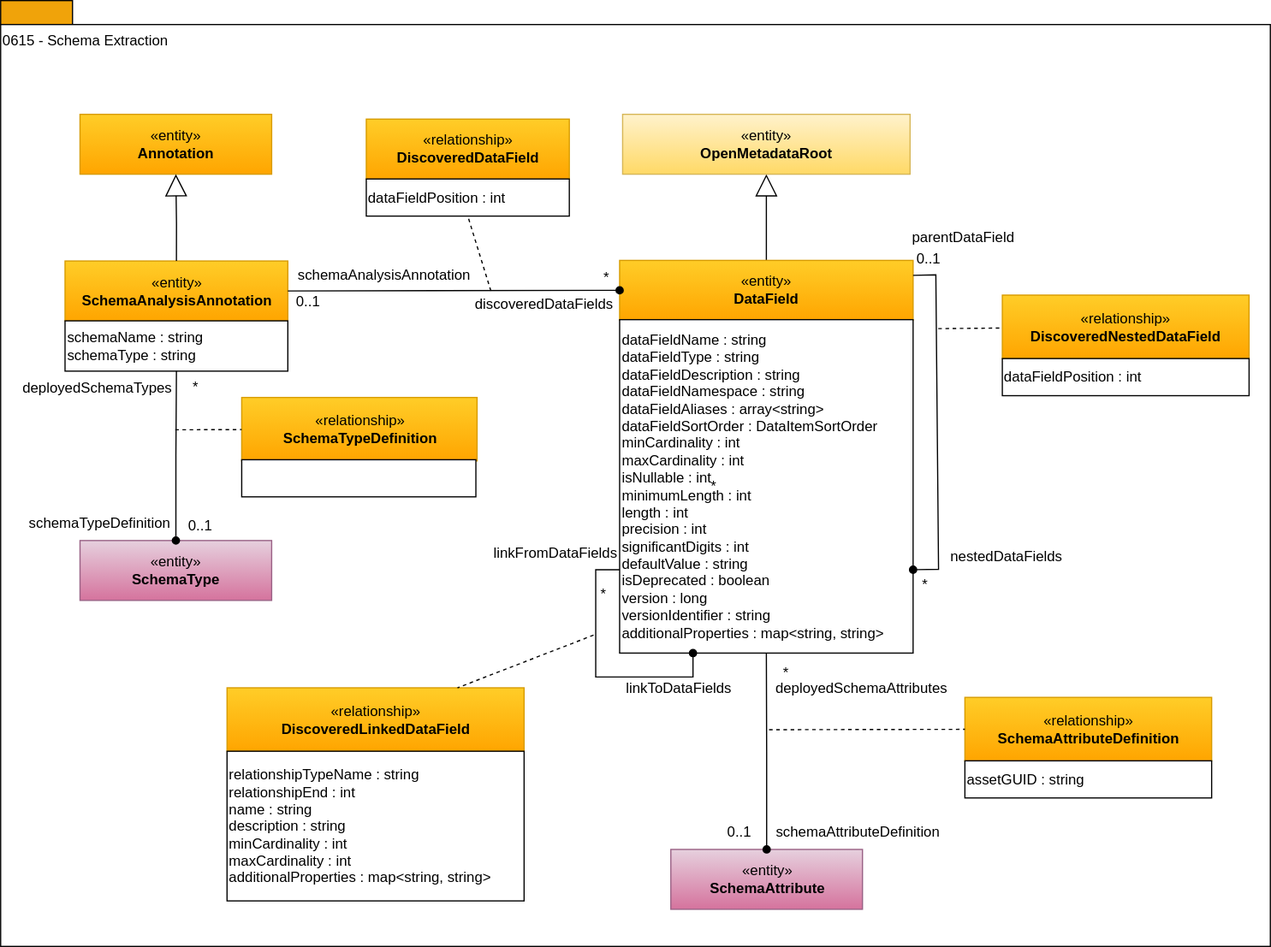
odpi/egeria-docs keeps this draw.io diagram as site/docs/types/6/0615-Schema-Extraction.svg. Above is the earlier version. Source tidied: cells renumbered, new cells last; positions are measured from the earlier drawing's top-left corner, leaving out a move shared by most shapes.
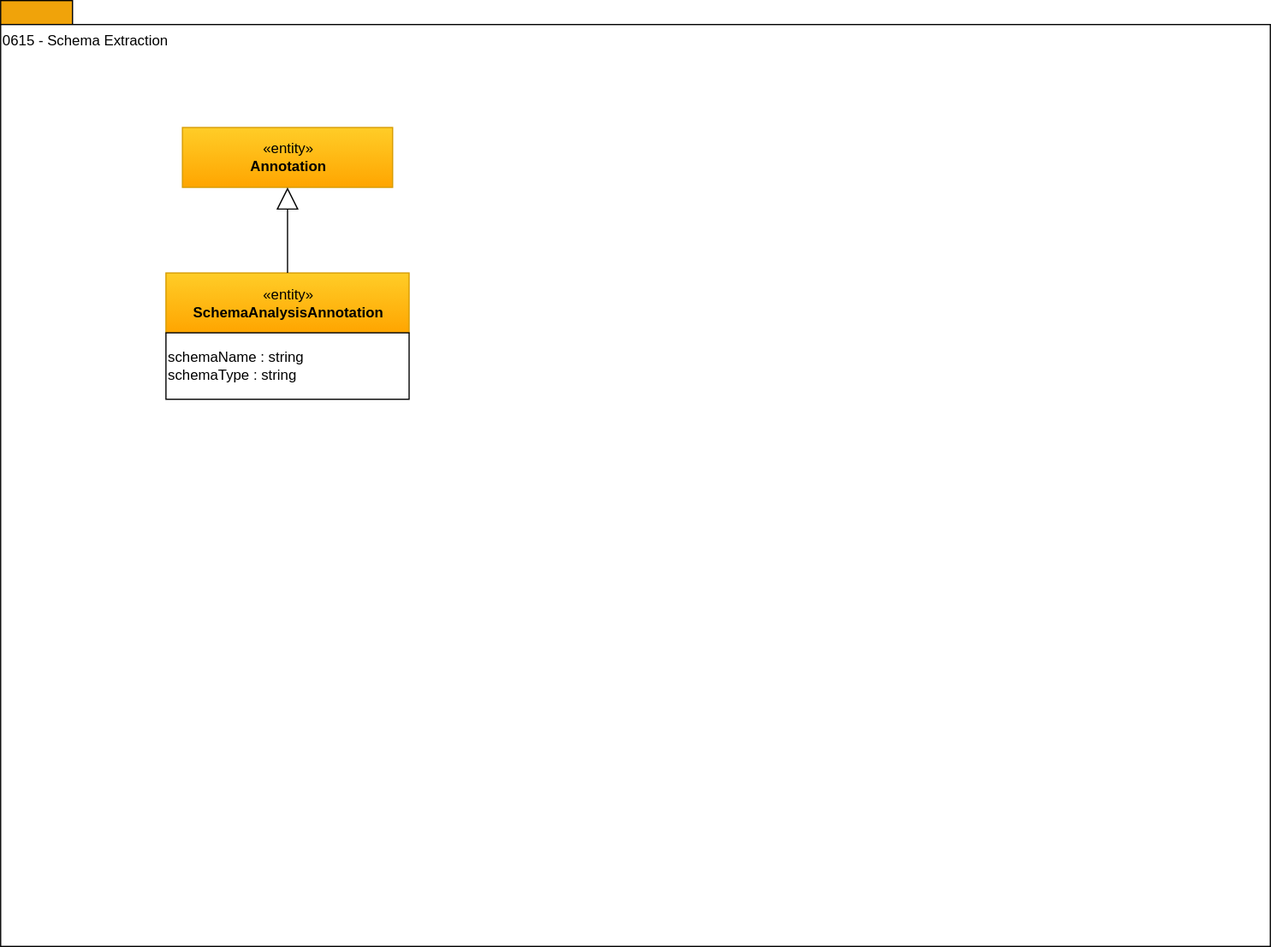
After the commit.

The edit, as a diff of the source:
```diff
@@ -9,169 +9,16 @@
       <mxGeometry y="20" width="1060" height="770" as="geometry" />
     </mxCell>
     <mxCell id="4" value="«entity»&lt;br&gt;&lt;b&gt;SchemaAnalysisAnnotation&lt;/b&gt;" style="html=1;strokeColor=#d79b00;align=center;fillColor=#ffcd28;gradientColor=#ffa500;" parent="1" vertex="1">
-      <mxGeometry x="53.8" y="217.5" width="186" height="50" as="geometry" />
+      <mxGeometry x="138" y="227.5" width="203" height="50" as="geometry" />
     </mxCell>
     <mxCell id="5" value="schemaName : string&lt;br&gt;schemaType : string&lt;br&gt;" style="rounded=0;whiteSpace=wrap;html=1;strokeColor=#000000;gradientColor=#ffffff;align=left;" parent="1" vertex="1">
-      <mxGeometry x="53.8" y="267.5" width="186" height="42" as="geometry" />
+      <mxGeometry x="138" y="277.5" width="203" height="55.5" as="geometry" />
     </mxCell>
     <mxCell id="6" value="«entity»&lt;br&gt;&lt;b&gt;Annotation&lt;/b&gt;" style="html=1;strokeColor=#d79b00;align=center;fillColor=#ffcd28;gradientColor=#ffa500;" parent="1" vertex="1">
-      <mxGeometry x="66.2" y="95" width="160" height="50" as="geometry" />
+      <mxGeometry x="151.8" y="106" width="175.5" height="50" as="geometry" />
     </mxCell>
-    <mxCell id="7" style="edgeStyle=orthogonalEdgeStyle;rounded=0;jettySize=auto;html=1;endArrow=block;endFill=0;endSize=16;" parent="1" edge="1" source="8" target="41">
+    <mxCell id="7" style="edgeStyle=orthogonalEdgeStyle;rounded=0;jettySize=auto;html=1;endArrow=block;endFill=0;endSize=16;entryX=0.5;entryY=1;entryDx=0;entryDy=0;exitX=0.5;exitY=0;exitDx=0;exitDy=0;" parent="1" edge="1" source="4" target="6">
       <mxGeometry relative="1" as="geometry" />
     </mxCell>
-    <mxCell id="8" value="«entity»&lt;br&gt;&lt;b&gt;DataField&lt;/b&gt;" style="html=1;strokeColor=#d79b00;align=center;fillColor=#ffcd28;gradientColor=#ffa500;" parent="1" vertex="1">
-      <mxGeometry x="516.8" y="217" width="245" height="50" as="geometry" />
-    </mxCell>
-    <mxCell id="9" style="endArrow=none;html=1;entryX=1;entryY=0.5;exitX=0;exitY=0.5;startArrow=oval;startFill=1;" parent="1" edge="1" source="8" target="4">
-      <mxGeometry relative="1" as="geometry" />
-    </mxCell>
-    <mxCell id="10" value="«relationship»&lt;br&gt;&lt;b&gt;DiscoveredDataField&lt;/b&gt;" style="html=1;strokeColor=#d79b00;align=center;fillColor=#ffcd28;gradientColor=#ffa500;" parent="1" vertex="1">
-      <mxGeometry x="305.2" y="99" width="169.5" height="50" as="geometry" />
-    </mxCell>
-    <mxCell id="11" style="endArrow=none;dashed=1;html=1;entryX=0.5;entryY=1;" parent="1" edge="1" target="12">
-      <mxGeometry relative="1" as="geometry">
-        <mxPoint x="409.2" y="242.5" as="sourcePoint" />
-      </mxGeometry>
-    </mxCell>
-    <mxCell id="12" value="dataFieldPosition : int" style="rounded=0;whiteSpace=wrap;html=1;strokeColor=#000000;gradientColor=#ffffff;align=left;" parent="1" vertex="1">
-      <mxGeometry x="305.2" y="149" width="169.5" height="31" as="geometry" />
-    </mxCell>
-    <mxCell id="13" value="«relationship»&lt;br&gt;&lt;b&gt;DiscoveredNestedDataField&lt;/b&gt;" style="html=1;strokeColor=#d79b00;align=center;fillColor=#ffcd28;gradientColor=#ffa500;" parent="1" vertex="1">
-      <mxGeometry x="836.2" y="246" width="206" height="53" as="geometry" />
-    </mxCell>
-    <mxCell id="14" style="endArrow=none;dashed=1;html=1;" parent="1" edge="1" target="13">
-      <mxGeometry relative="1" as="geometry">
-        <mxPoint x="782.8" y="274" as="sourcePoint" />
-      </mxGeometry>
-    </mxCell>
-    <mxCell id="15" value="*" style="text;html=1;strokeColor=none;fillColor=none;align=center;verticalAlign=middle;whiteSpace=wrap;rounded=0;" parent="1" vertex="1">
-      <mxGeometry x="759.2" y="478.8" width="26" height="18" as="geometry" />
-    </mxCell>
-    <mxCell id="16" value="*" style="text;html=1;strokeColor=none;fillColor=none;align=center;verticalAlign=middle;whiteSpace=wrap;rounded=0;" parent="1" vertex="1">
-      <mxGeometry x="486.2" y="221.5" width="40" height="20" as="geometry" />
-    </mxCell>
-    <mxCell id="17" value="0..1" style="text;html=1;strokeColor=none;fillColor=none;align=center;verticalAlign=middle;whiteSpace=wrap;rounded=0;" parent="1" vertex="1">
-      <mxGeometry x="237.2" y="241.5" width="40" height="20" as="geometry" />
-    </mxCell>
-    <mxCell id="18" value="0..1" style="text;html=1;strokeColor=none;fillColor=none;align=center;verticalAlign=middle;whiteSpace=wrap;rounded=0;" parent="1" vertex="1">
-      <mxGeometry x="755.2" y="205.5" width="40" height="20" as="geometry" />
-    </mxCell>
-    <mxCell id="19" value="discoveredDataFields" style="text;html=1;strokeColor=none;fillColor=none;align=center;verticalAlign=middle;whiteSpace=wrap;rounded=0;" parent="1" vertex="1">
-      <mxGeometry x="393.2" y="243.5" width="122" height="20" as="geometry" />
-    </mxCell>
-    <mxCell id="20" value="&lt;div style=&quot;text-align: left&quot;&gt;&lt;span&gt;dataFieldPosition : int&lt;/span&gt;&lt;/div&gt;" style="rounded=0;whiteSpace=wrap;html=1;strokeColor=#000000;gradientColor=#ffffff;align=left;" parent="1" vertex="1">
-      <mxGeometry x="836.2" y="299" width="206" height="31" as="geometry" />
-    </mxCell>
-    <mxCell id="21" value="nestedDataFields" style="text;html=1;strokeColor=none;fillColor=none;align=center;verticalAlign=middle;whiteSpace=wrap;rounded=0;" parent="1" vertex="1">
-      <mxGeometry x="785.2" y="455.2" width="110" height="20" as="geometry" />
-    </mxCell>
-    <mxCell id="22" value="parentDataField" style="text;html=1;strokeColor=none;fillColor=none;align=center;verticalAlign=middle;whiteSpace=wrap;rounded=0;" parent="1" vertex="1">
-      <mxGeometry x="748.2" y="188" width="112" height="20" as="geometry" />
-    </mxCell>
-    <mxCell id="23" value="schemaAnalysisAnnotation" style="text;html=1;strokeColor=none;fillColor=none;align=center;verticalAlign=middle;whiteSpace=wrap;rounded=0;" parent="1" vertex="1">
-      <mxGeometry x="252.8" y="219.5" width="135" height="20" as="geometry" />
-    </mxCell>
-    <mxCell id="24" value="dataFieldName : string&lt;br&gt;dataFieldType : string&lt;br&gt;dataFieldDescription : string&lt;br&gt;dataFieldNamespace : string&lt;br&gt;dataFieldAliases : array&amp;lt;string&amp;gt;&lt;br&gt;dataFieldSortOrder : DataItemSortOrder&lt;br&gt;minCardinality : int&lt;br&gt;maxCardinality : int&lt;br&gt;isNullable : int&lt;br&gt;minimumLength : int&lt;br&gt;length : int&lt;br&gt;precision : int&lt;br&gt;significantDigits : int&lt;br&gt;defaultValue : string&lt;br&gt;isDeprecated : boolean&lt;br&gt;version : long&lt;br&gt;versionIdentifier : string&lt;br&gt;additionalProperties : map&amp;lt;string, string&amp;gt;" style="rounded=0;whiteSpace=wrap;html=1;strokeColor=#000000;gradientColor=#ffffff;align=left;" parent="1" vertex="1">
-      <mxGeometry x="516.8" y="266.5" width="245" height="278.5" as="geometry" />
-    </mxCell>
-    <mxCell id="25" value="«entity»&lt;br&gt;&lt;b&gt;SchemaAttribute&lt;/b&gt;" style="html=1;strokeColor=#996185;align=center;fillColor=#e6d0de;gradientColor=#d5739d;" parent="1" vertex="1">
-      <mxGeometry x="559.5" y="709" width="160" height="50" as="geometry" />
-    </mxCell>
-    <mxCell id="26" value="schemaAttributeDefinition" style="text;html=1;strokeColor=none;fillColor=none;align=center;verticalAlign=middle;whiteSpace=wrap;rounded=0;" parent="1" vertex="1">
-      <mxGeometry x="652.5" y="685" width="126" height="20" as="geometry" />
-    </mxCell>
-    <mxCell id="27" value="*" style="text;html=1;strokeColor=none;fillColor=none;align=center;verticalAlign=middle;whiteSpace=wrap;rounded=0;" parent="1" vertex="1">
-      <mxGeometry x="643.2" y="553" width="26" height="18" as="geometry" />
-    </mxCell>
-    <mxCell id="28" value="0..1" style="text;html=1;strokeColor=none;fillColor=none;align=center;verticalAlign=middle;whiteSpace=wrap;rounded=0;" parent="1" vertex="1">
-      <mxGeometry x="596.5" y="685" width="40" height="20" as="geometry" />
-    </mxCell>
-    <mxCell id="29" value="«relationship»&lt;br&gt;&lt;b&gt;SchemaAttributeDefinition&lt;/b&gt;" style="html=1;strokeColor=#d79b00;align=center;fillColor=#ffcd28;gradientColor=#ffa500;" parent="1" vertex="1">
-      <mxGeometry x="805" y="582" width="206" height="53" as="geometry" />
-    </mxCell>
-    <mxCell id="30" style="endArrow=none;dashed=1;html=1;" parent="1" edge="1" target="29">
-      <mxGeometry relative="1" as="geometry">
-        <mxPoint x="641.5" y="609" as="sourcePoint" />
-      </mxGeometry>
-    </mxCell>
-    <mxCell id="31" value="assetGUID : string" style="rounded=0;whiteSpace=wrap;html=1;strokeColor=#000000;gradientColor=#ffffff;align=left;" parent="1" vertex="1">
-      <mxGeometry x="805" y="635" width="206" height="31" as="geometry" />
-    </mxCell>
-    <mxCell id="32" value="deployedSchemaAttributes" style="text;html=1;strokeColor=none;fillColor=none;align=center;verticalAlign=middle;whiteSpace=wrap;rounded=0;" parent="1" vertex="1">
-      <mxGeometry x="643.2" y="565" width="152" height="20" as="geometry" />
-    </mxCell>
-    <mxCell id="33" value="«entity»&lt;br&gt;&lt;b&gt;SchemaType&lt;/b&gt;" style="html=1;strokeColor=#996185;align=center;fillColor=#e6d0de;gradientColor=#d5739d;" parent="1" vertex="1">
-      <mxGeometry x="66.2" y="451" width="160" height="50" as="geometry" />
-    </mxCell>
-    <mxCell id="34" value="schemaTypeDefinition" style="text;html=1;strokeColor=none;fillColor=none;align=center;verticalAlign=middle;whiteSpace=wrap;rounded=0;" parent="1" vertex="1">
-      <mxGeometry x="21.8" y="426.5" width="122" height="20" as="geometry" />
-    </mxCell>
-    <mxCell id="35" value="*" style="text;html=1;strokeColor=none;fillColor=none;align=center;verticalAlign=middle;whiteSpace=wrap;rounded=0;" parent="1" vertex="1">
-      <mxGeometry x="149.8" y="314" width="26" height="18" as="geometry" />
-    </mxCell>
-    <mxCell id="36" value="0..1" style="text;html=1;strokeColor=none;fillColor=none;align=center;verticalAlign=middle;whiteSpace=wrap;rounded=0;" parent="1" vertex="1">
-      <mxGeometry x="146.8" y="429" width="40" height="20" as="geometry" />
-    </mxCell>
-    <mxCell id="37" value="«relationship»&lt;br&gt;&lt;b&gt;SchemaTypeDefinition&lt;/b&gt;" style="html=1;strokeColor=#d79b00;align=center;fillColor=#ffcd28;gradientColor=#ffa500;" parent="1" vertex="1">
-      <mxGeometry x="201.2" y="331.5" width="196.5" height="53" as="geometry" />
-    </mxCell>
-    <mxCell id="38" style="endArrow=none;dashed=1;html=1;" parent="1" edge="1" target="37">
-      <mxGeometry relative="1" as="geometry">
-        <mxPoint x="145.8" y="358.5" as="sourcePoint" />
-      </mxGeometry>
-    </mxCell>
-    <mxCell id="39" style="rounded=0;whiteSpace=wrap;html=1;strokeColor=#000000;gradientColor=#ffffff;align=left;" parent="1" vertex="1">
-      <mxGeometry x="201.2" y="383.5" width="195.5" height="31" as="geometry" />
-    </mxCell>
-    <mxCell id="40" value="deployedSchemaTypes" style="text;html=1;strokeColor=none;fillColor=none;align=center;verticalAlign=middle;whiteSpace=wrap;rounded=0;" parent="1" vertex="1">
-      <mxGeometry x="17.8" y="313.5" width="126" height="20" as="geometry" />
-    </mxCell>
-    <mxCell id="41" value="«entity»&lt;br&gt;&lt;b&gt;OpenMetadataRoot&lt;/b&gt;" style="html=1;strokeColor=#d6b656;align=center;fillColor=#fff2cc;gradientColor=#ffd966;" parent="1" vertex="1">
-      <mxGeometry x="519.2" y="95" width="240" height="50" as="geometry" />
-    </mxCell>
-    <mxCell id="42" style="edgeStyle=orthogonalEdgeStyle;rounded=0;html=1;entryX=0.5;entryY=1;endArrow=none;endFill=0;jettySize=auto;entryDx=0;entryDy=0;startArrow=oval;startFill=1;" parent="1" edge="1" source="25" target="24">
-      <mxGeometry relative="1" as="geometry" />
-    </mxCell>
-    <mxCell id="43" style="edgeStyle=orthogonalEdgeStyle;rounded=0;html=1;entryX=0.5;entryY=1;endArrow=none;endFill=0;jettySize=auto;startArrow=oval;startFill=1;" parent="1" edge="1" source="33" target="5">
-      <mxGeometry relative="1" as="geometry" />
-    </mxCell>
-    <mxCell id="44" style="endArrow=none;html=1;entryX=1;entryY=0.25;exitX=1;exitY=0.75;endFill=0;rounded=0;startArrow=oval;startFill=1;" parent="1" edge="1" source="24" target="8">
-      <mxGeometry relative="1" as="geometry">
-        <Array as="points">
-          <mxPoint x="783" y="475" />
-          <mxPoint x="780.8" y="229" />
-        </Array>
-      </mxGeometry>
-    </mxCell>
-    <mxCell id="45" style="edgeStyle=orthogonalEdgeStyle;rounded=0;orthogonalLoop=1;jettySize=auto;html=1;exitX=0;exitY=0.75;exitDx=0;exitDy=0;entryX=0.25;entryY=1;entryDx=0;entryDy=0;endArrow=oval;endFill=1;" parent="1" edge="1" source="24" target="24">
-      <mxGeometry relative="1" as="geometry" />
-    </mxCell>
-    <mxCell id="46" value="«relationship»&lt;br&gt;&lt;b&gt;DiscoveredLinkedDataField&lt;/b&gt;" style="html=1;strokeColor=#d79b00;align=center;fillColor=#ffcd28;gradientColor=#ffa500;" parent="1" vertex="1">
-      <mxGeometry x="189" y="574" width="248" height="53" as="geometry" />
-    </mxCell>
-    <mxCell id="47" style="endArrow=none;dashed=1;html=1;" parent="1" edge="1" target="46">
-      <mxGeometry relative="1" as="geometry">
-        <mxPoint x="495" y="530" as="sourcePoint" />
-      </mxGeometry>
-    </mxCell>
-    <mxCell id="48" value="relationshipTypeName : string&lt;br&gt;relationshipEnd : int&lt;br&gt;name : string&lt;br&gt;description : string&lt;br&gt;minCardinality : int&lt;br style=&quot;border-color: var(--border-color);&quot;&gt;maxCardinality : int&lt;br&gt;additionalProperties : map&amp;lt;string, string&amp;gt;" style="rounded=0;whiteSpace=wrap;html=1;strokeColor=#000000;gradientColor=#ffffff;align=left;" parent="1" vertex="1">
-      <mxGeometry x="189" y="627" width="248" height="125" as="geometry" />
-    </mxCell>
-    <mxCell id="49" value="linkFromDataFields" style="text;html=1;align=center;verticalAlign=middle;strokeColor=none;fillColor=none;" parent="1" vertex="1">
-      <mxGeometry x="402" y="449" width="121" height="26" as="geometry" />
-    </mxCell>
-    <mxCell id="50" value="linkToDataFields" style="text;html=1;align=center;verticalAlign=middle;strokeColor=none;fillColor=none;" parent="1" vertex="1">
-      <mxGeometry x="512.5" y="562" width="106" height="26" as="geometry" />
-    </mxCell>
-    <mxCell id="51" value="*" style="text;html=1;align=center;verticalAlign=middle;strokeColor=none;fillColor=none;" parent="1" vertex="1">
-      <mxGeometry x="583.8" y="392.5" width="23" height="26" as="geometry" />
-    </mxCell>
-    <mxCell id="52" value="*" style="text;html=1;align=center;verticalAlign=middle;strokeColor=none;fillColor=none;" parent="1" vertex="1">
-      <mxGeometry x="491.5" y="483" width="23" height="26" as="geometry" />
-    </mxCell>
-    <mxCell id="53" style="edgeStyle=orthogonalEdgeStyle;rounded=0;jettySize=auto;html=1;endArrow=block;endFill=0;endSize=16;entryX=0.5;entryY=1;entryDx=0;entryDy=0;exitX=0.5;exitY=0;exitDx=0;exitDy=0;" parent="1" edge="1" source="4" target="6">
-      <mxGeometry relative="1" as="geometry" />
-    </mxCell>
   </root>
 </mxGraphModel>
```
